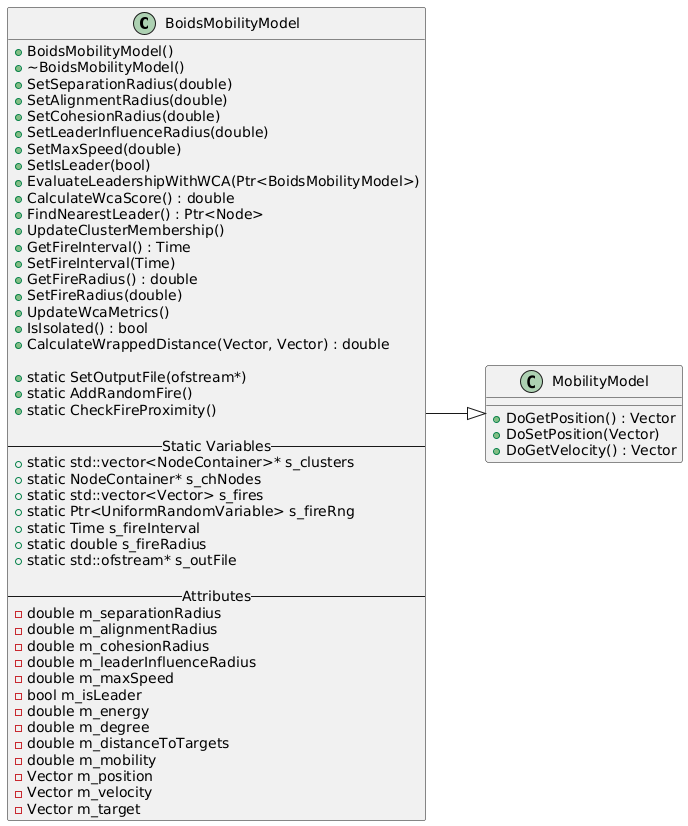
The PlantUML diagram Taller1/Latex/BoidsMobilityModel_class.png in JavierTarazona06/ME01_Tareas, before a commit. Its diagram source:
```plantuml
@startuml
left to right direction
class BoidsMobilityModel {
  +BoidsMobilityModel()
  +~BoidsMobilityModel()
  +SetSeparationRadius(double)
  +SetAlignmentRadius(double)
  +SetCohesionRadius(double)
  +SetLeaderInfluenceRadius(double)
  +SetMaxSpeed(double)
  +SetIsLeader(bool)
  +EvaluateLeadershipWithWCA(Ptr<BoidsMobilityModel>)
  +CalculateWcaScore() : double
  +FindNearestLeader() : Ptr<Node>
  +UpdateClusterMembership()
  +GetFireInterval() : Time
  +SetFireInterval(Time)
  +GetFireRadius() : double
  +SetFireRadius(double)
  +UpdateWcaMetrics()
  +IsIsolated() : bool
  +CalculateWrappedDistance(Vector, Vector) : double

  +static SetOutputFile(ofstream*)
  +static AddRandomFire()
  +static CheckFireProximity()

  -- Static Variables --
  +static std::vector<NodeContainer>* s_clusters
  +static NodeContainer* s_chNodes
  +static std::vector<Vector> s_fires
  +static Ptr<UniformRandomVariable> s_fireRng
  +static Time s_fireInterval
  +static double s_fireRadius
  +static std::ofstream* s_outFile

  -- Attributes --
  -double m_separationRadius
  -double m_alignmentRadius
  -double m_cohesionRadius
  -double m_leaderInfluenceRadius
  -double m_maxSpeed
  -bool m_isLeader
  -double m_energy
  -double m_degree
  -double m_distanceToTargets
  -double m_mobility
  -Vector m_position
  -Vector m_velocity
  -Vector m_target
}

class MobilityModel {
  +DoGetPosition() : Vector
  +DoSetPosition(Vector)
  +DoGetVelocity() : Vector
}

BoidsMobilityModel --|> MobilityModel
@enduml
```
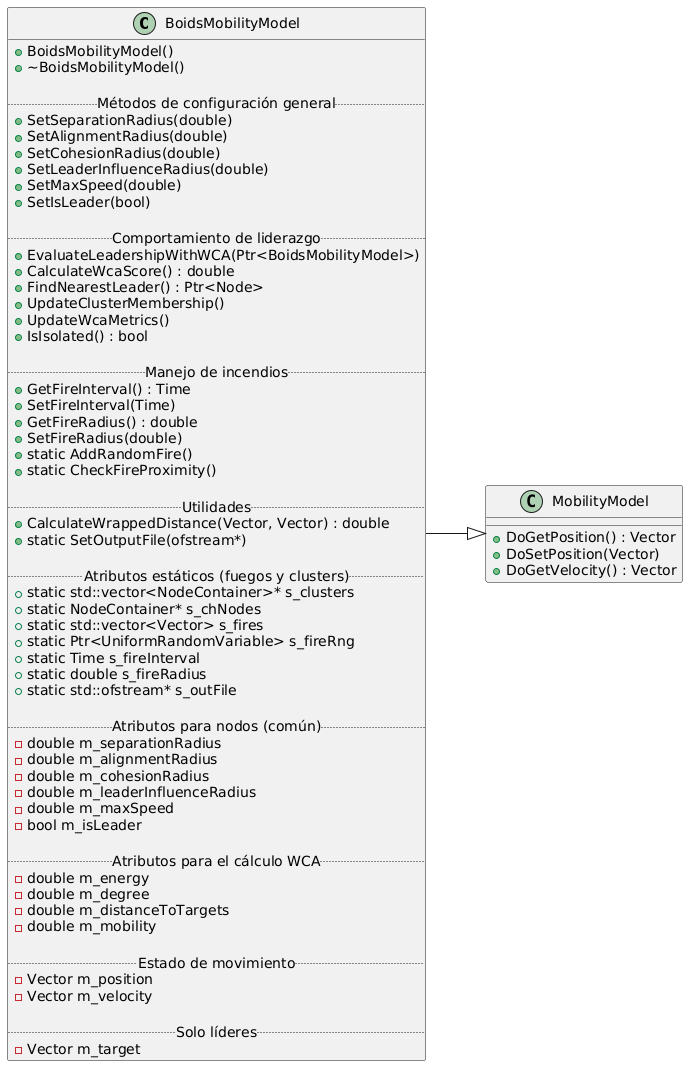
After the change.

Commit message:
udpate class diagram

Change to the diagram source:
```diff
@@ -3,29 +3,36 @@
 class BoidsMobilityModel {
   +BoidsMobilityModel()
   +~BoidsMobilityModel()
+
+  .. Métodos de configuración general ..
   +SetSeparationRadius(double)
   +SetAlignmentRadius(double)
   +SetCohesionRadius(double)
   +SetLeaderInfluenceRadius(double)
   +SetMaxSpeed(double)
   +SetIsLeader(bool)
+
+  .. Comportamiento de liderazgo ..
   +EvaluateLeadershipWithWCA(Ptr<BoidsMobilityModel>)
   +CalculateWcaScore() : double
   +FindNearestLeader() : Ptr<Node>
   +UpdateClusterMembership()
+  +UpdateWcaMetrics()
+  +IsIsolated() : bool
+
+  .. Manejo de incendios ..
   +GetFireInterval() : Time
   +SetFireInterval(Time)
   +GetFireRadius() : double
   +SetFireRadius(double)
-  +UpdateWcaMetrics()
-  +IsIsolated() : bool
-  +CalculateWrappedDistance(Vector, Vector) : double
-
-  +static SetOutputFile(ofstream*)
   +static AddRandomFire()
   +static CheckFireProximity()
 
-  -- Static Variables --
+  .. Utilidades ..
+  +CalculateWrappedDistance(Vector, Vector) : double
+  +static SetOutputFile(ofstream*)
+
+  .. Atributos estáticos (fuegos y clusters) ..
   +static std::vector<NodeContainer>* s_clusters
   +static NodeContainer* s_chNodes
   +static std::vector<Vector> s_fires
@@ -34,19 +41,25 @@
   +static double s_fireRadius
   +static std::ofstream* s_outFile
 
-  -- Attributes --
+  .. Atributos para nodos (común) ..
   -double m_separationRadius
   -double m_alignmentRadius
   -double m_cohesionRadius
   -double m_leaderInfluenceRadius
   -double m_maxSpeed
   -bool m_isLeader
+
+  .. Atributos para el cálculo WCA ..
   -double m_energy
   -double m_degree
   -double m_distanceToTargets
   -double m_mobility
+
+  .. Estado de movimiento ..
   -Vector m_position
   -Vector m_velocity
+
+  .. Solo líderes ..
   -Vector m_target
 }
 
```
